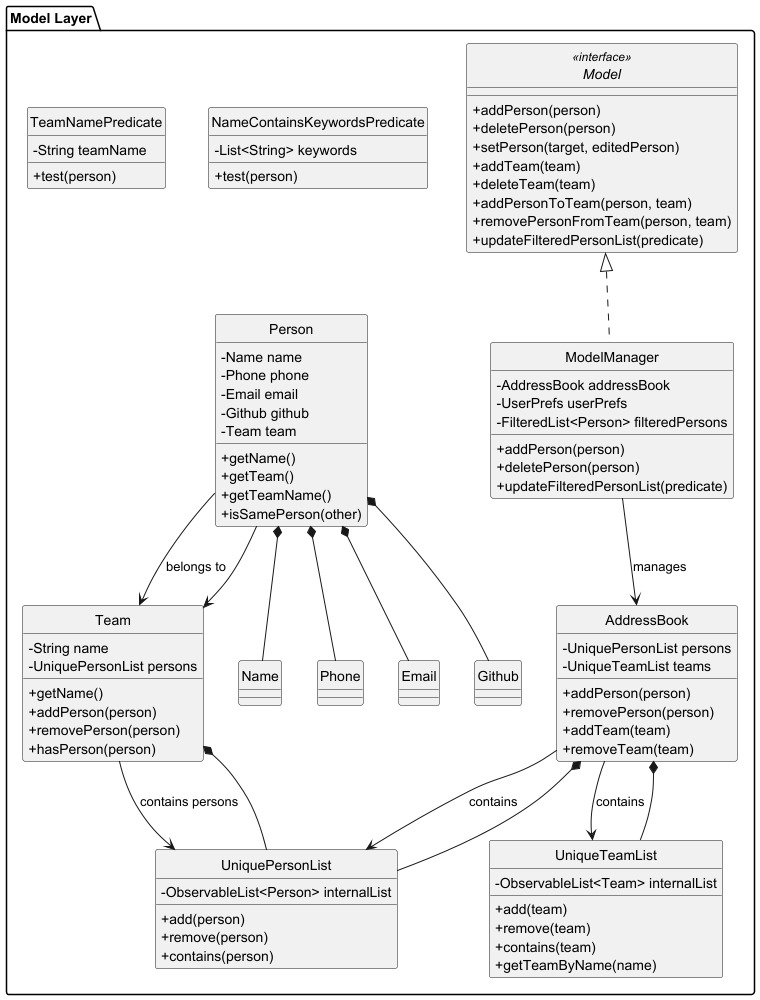
Above: docs/images/ModelClassDiagram.png in ziheng119/tp (PlantUML), before the change. Its diagram source:
```plantuml
@startuml
hide circle
skinparam classAttributeIconSize 0

package "Model Layer" as Model {
    interface Model <<interface>> {
        +addPerson(person)
        +deletePerson(person)
        +setPerson(target, editedPerson)
        +addTeam(team)
        +deleteTeam(team)
        +addPersonToTeam(person, team)
        +removePersonFromTeam(person, team)
        +updateFilteredPersonList(predicate)
    }

    class ModelManager {
        -AddressBook addressBook
        -UserPrefs userPrefs
        -FilteredList<Person> filteredPersons
        +addPerson(person)
        +deletePerson(person)
        +updateFilteredPersonList(predicate)
    }

    class AddressBook {
        -UniquePersonList persons
        -UniqueTeamList teams
        +addPerson(person)
        +removePerson(person)
        +addTeam(team)
        +removeTeam(team)
    }

    class Person {
        -Name name
        -Phone phone
        -Email email
        -Github github
        -Team team
        +getName()
        +getTeam()
        +getTeamName()
        +isSamePerson(other)
    }

    class Team {
        -String name
        -UniquePersonList persons
        +getName()
        +addPerson(person)
        +removePerson(person)
        +hasPerson(person)
    }

    class UniquePersonList {
        -ObservableList<Person> internalList
        +add(person)
        +remove(person)
        +contains(person)
    }

    class UniqueTeamList {
        -ObservableList<Team> internalList
        +add(team)
        +remove(team)
        +contains(team)
        +getTeamByName(name)
    }

    class NameContainsKeywordsPredicate {
        -List<String> keywords
        +test(person)
    }

    class TeamNamePredicate {
        -String teamName
        +test(person)
    }

    ModelManager .up.|> Model
    ModelManager --> AddressBook : manages
    AddressBook --> UniquePersonList : contains
    AddressBook --> UniqueTeamList : contains
    Person --> Team : belongs to
    Team --> UniquePersonList : contains persons

    AddressBook *-- UniquePersonList
    AddressBook *-- UniqueTeamList
    Person *-- Name
    Person *-- Phone
    Person *-- Email
    Person *-- Github
    Person --> Team
    Team *-- UniquePersonList
}
@enduml
```
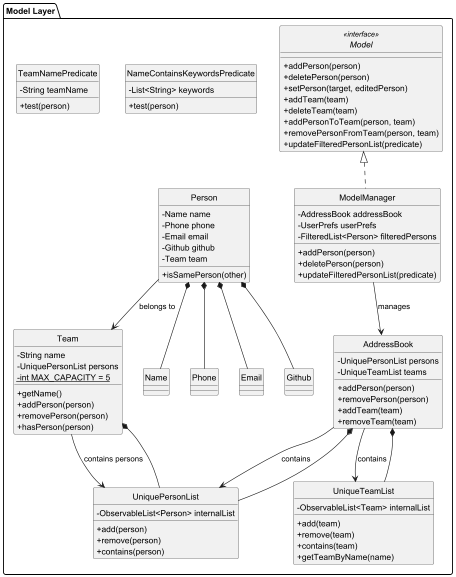
Later version of the same file.

Diff of the diagram source:
```diff
@@ -38,15 +38,13 @@
         -Email email
         -Github github
         -Team team
-        +getName()
-        +getTeam()
-        +getTeamName()
         +isSamePerson(other)
     }
 
     class Team {
         -String name
         -UniquePersonList persons
+        {static} - int MAX_CAPACITY = 5
         +getName()
         +addPerson(person)
         +removePerson(person)
@@ -91,7 +89,6 @@
     Person *-- Phone
     Person *-- Email
     Person *-- Github
-    Person --> Team
     Team *-- UniquePersonList
 }
 @enduml
```
